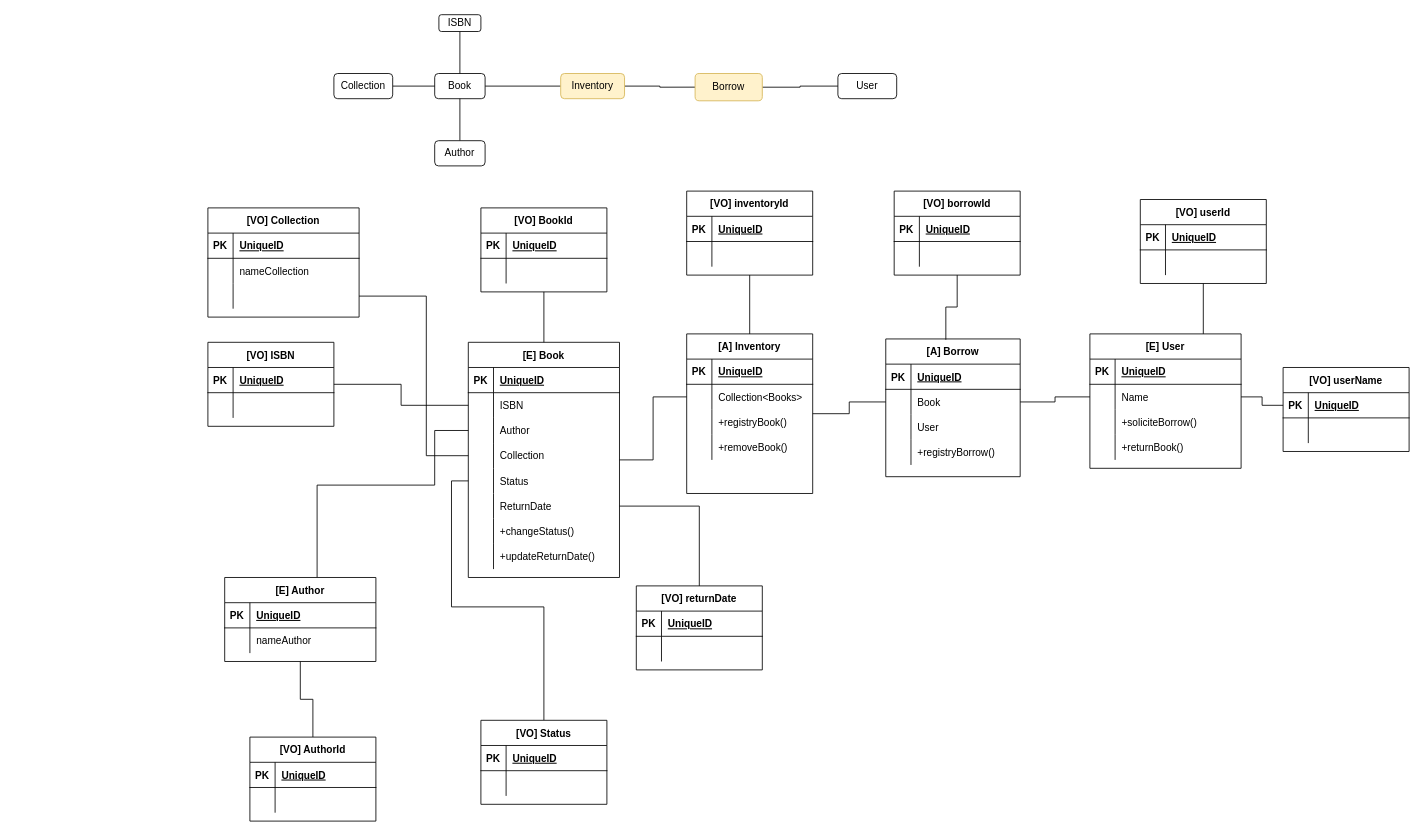
KevinGH13/ddd-challenge keeps this draw.io diagram as Model.drawio. Above is the earlier version. Source tidied: cells renumbered, new cells numbered last; positions are measured from the earlier drawing's top-left corner, leaving out a move shared by most shapes. Both pictures are drawn from the tidied source at 84%, with x=0, y=0 at pixel (207, 14).
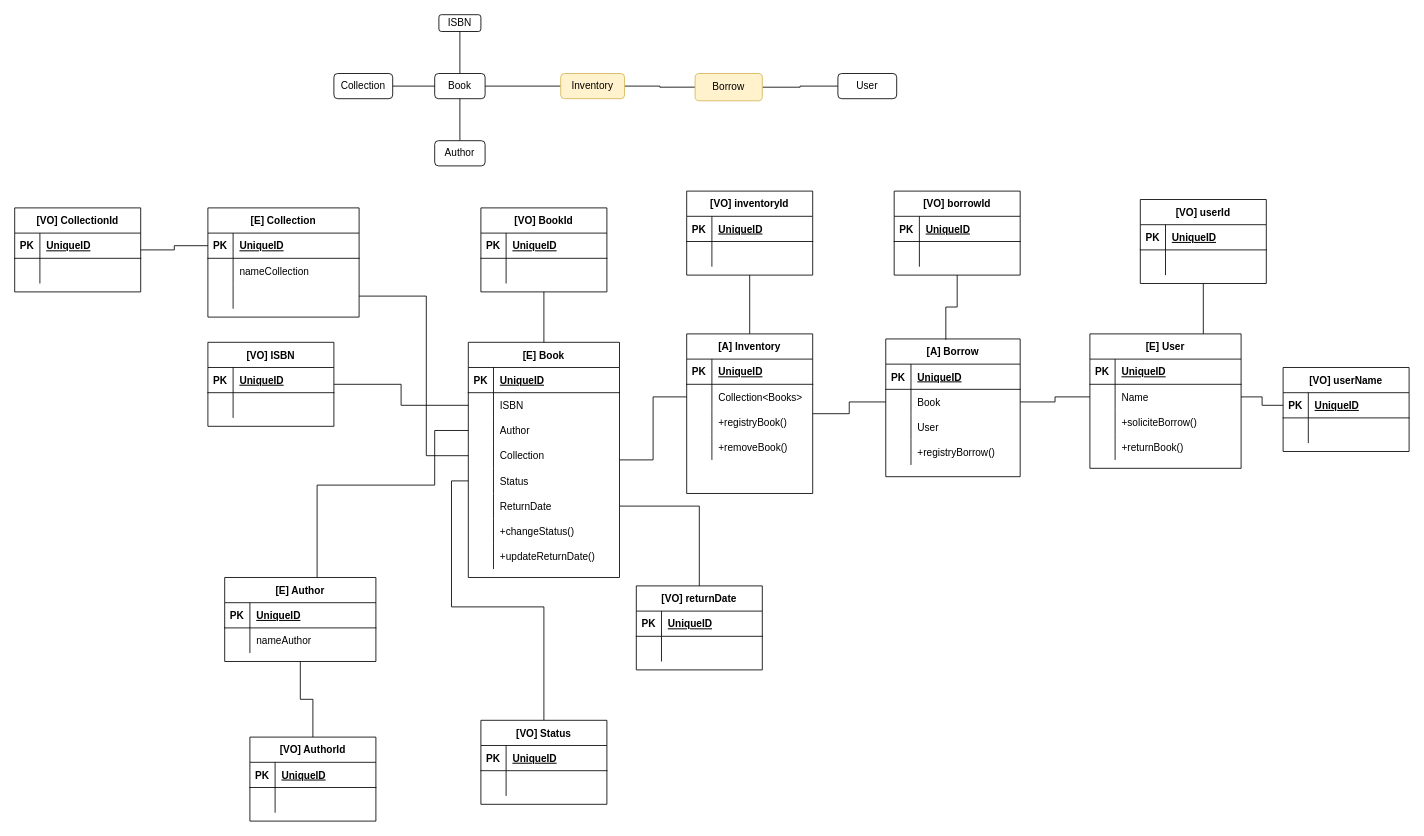
The same diagram, later.

The change refers to these unchanged cells:
```xml
<mxCell id="107" style="shape=partialRectangle;fillColor=none;top=0;left=0;bottom=1;right=0;points=[[0,0.5],[1,0.5]];portConstraint=eastwest;" parent="106" vertex="1">
  <mxGeometry y="30" width="180" height="30" as="geometry" />
</mxCell>
```

Diff of the diagram source:
```diff
@@
-    <mxCell id="106" value="[VO] Collection" style="shape=table;startSize=30;childLayout=tableLayout;rowLines=0;fontStyle=1;align=center;" parent="1" vertex="1">
+    <mxCell id="106" value="[E] Collection" style="shape=table;startSize=30;childLayout=tableLayout;rowLines=0;fontStyle=1;align=center;" parent="1" vertex="1">
       <mxGeometry y="230" width="180" height="130" as="geometry" />
     </mxCell>
@@
+    <mxCell id="173" style="edgeStyle=orthogonalEdgeStyle;rounded=0;jettySize=auto;html=1;entryX=0;entryY=0.5;entryDx=0;entryDy=0;endArrow=none;endFill=0;" parent="1" edge="1" source="174" target="107">
+      <mxGeometry relative="1" as="geometry" />
+    </mxCell>
+    <mxCell id="174" value="[VO] CollectionId" style="shape=table;startSize=30;childLayout=tableLayout;rowLines=0;fontStyle=1;align=center;" parent="1" vertex="1">
+      <mxGeometry x="-230" y="230" width="150" height="100" as="geometry" />
+    </mxCell>
+    <mxCell id="175" style="shape=partialRectangle;fillColor=none;top=0;left=0;bottom=1;right=0;" parent="174" vertex="1">
+      <mxGeometry y="30" width="150" height="30" as="geometry" />
+    </mxCell>
+    <mxCell id="176" value="PK" style="shape=partialRectangle;fillColor=none;top=0;left=0;bottom=0;right=0;fontStyle=1;overflow=hidden;" parent="175" vertex="1">
+      <mxGeometry width="30" height="30" as="geometry" />
+    </mxCell>
+    <mxCell id="177" value="UniqueID" style="shape=partialRectangle;fillColor=none;top=0;left=0;bottom=0;right=0;align=left;spacingLeft=6;fontStyle=5;overflow=hidden;" parent="175" vertex="1">
+      <mxGeometry x="30" width="120" height="30" as="geometry" />
+    </mxCell>
+    <mxCell id="178" style="shape=partialRectangle;fillColor=none;top=0;left=0;bottom=0;right=0;" parent="174" vertex="1">
+      <mxGeometry y="60" width="150" height="30" as="geometry" />
+    </mxCell>
+    <mxCell id="179" style="shape=partialRectangle;fillColor=none;top=0;left=0;bottom=0;right=0;overflow=hidden;" parent="178" vertex="1">
+      <mxGeometry width="30" height="30" as="geometry" />
+    </mxCell>
+    <mxCell id="180" style="shape=partialRectangle;fillColor=none;top=0;left=0;bottom=0;right=0;align=left;spacingLeft=6;overflow=hidden;" parent="178" vertex="1">
+      <mxGeometry x="30" width="120" height="30" as="geometry" />
+    </mxCell>
```
